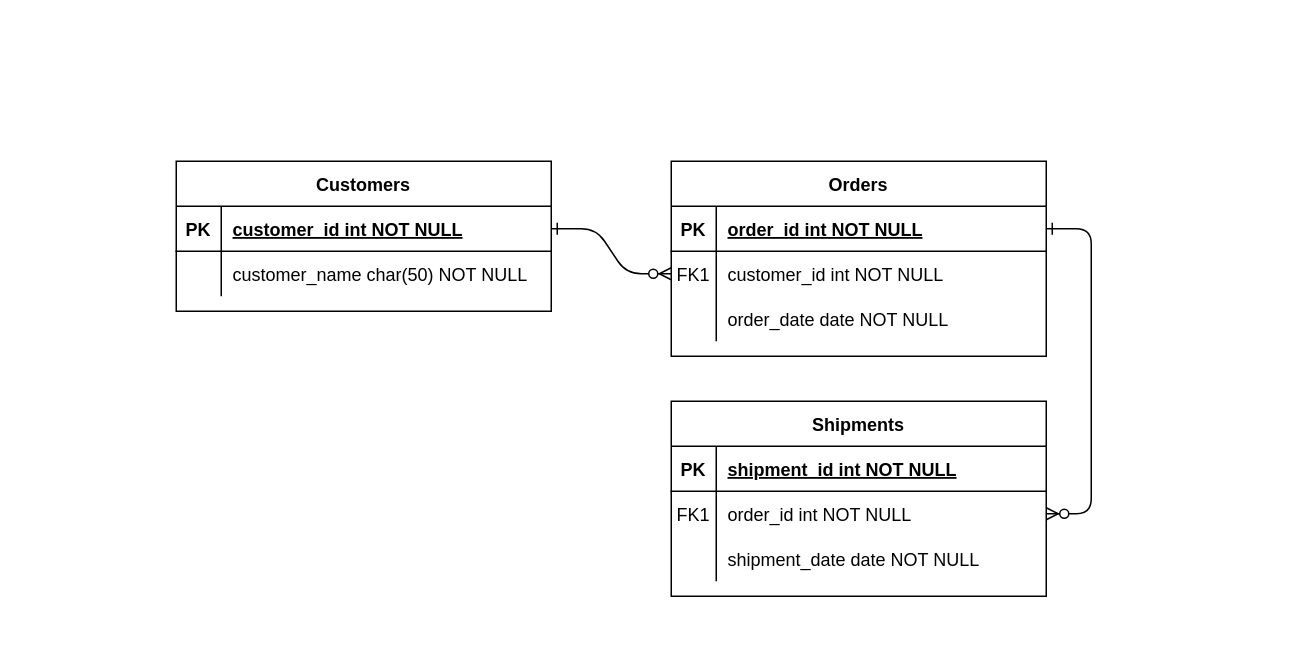
Earlier version of the draw.io diagram exercise.drawio (AndreasPatsimas/advent-of-code). Source tidied: cells renumbered, new cells numbered last; positions are measured from the earlier drawing's top-left corner, leaving out a move shared by most shapes. Both pictures are drawn from the tidied source at 150%, with x=0, y=0 at pixel (176, 160).
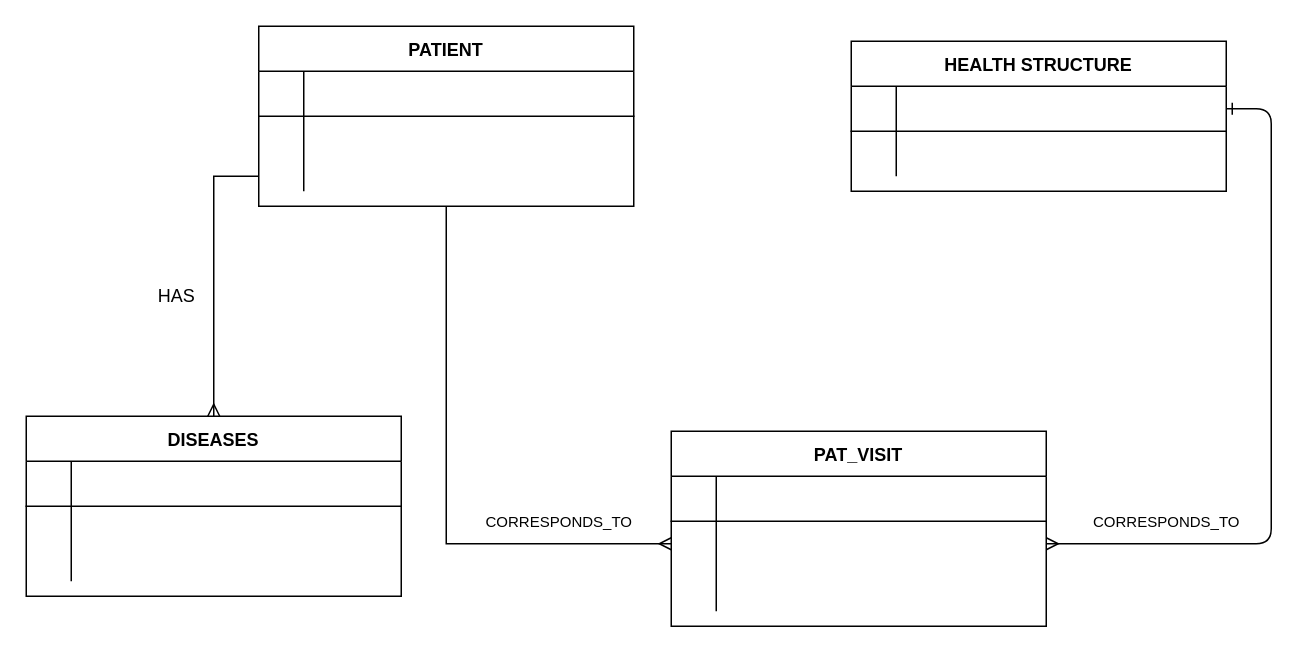
The same page after the edit.

Unchanged cells that the change refers to:
```xml
<mxCell id="5" style="shape=partialRectangle;fillColor=none;points=[[0,0.5],[1,0.5]];portConstraint=eastwest;top=0;left=0;right=0;bottom=1;" parent="4" vertex="1">
  <mxGeometry y="30" width="250" height="30" as="geometry" />
</mxCell>
<mxCell id="8" style="shape=partialRectangle;fillColor=none;points=[[0,0.5],[1,0.5]];portConstraint=eastwest;top=0;left=0;right=0;bottom=0;" parent="4" vertex="1">
  <mxGeometry y="60" width="250" height="30" as="geometry" />
</mxCell>
<mxCell id="11" style="shape=partialRectangle;fillColor=none;top=0;left=0;right=0;bottom=0;" parent="4" vertex="1">
  <mxGeometry y="90" width="250" height="30" as="geometry" />
</mxCell>
<mxCell id="15" style="shape=partialRectangle;fillColor=none;top=0;left=0;right=0;bottom=1;" parent="14" vertex="1">
  <mxGeometry y="30" width="250" height="30" as="geometry" />
</mxCell>
<mxCell id="18" style="shape=partialRectangle;fillColor=none;points=[[0,0.5],[1,0.5]];portConstraint=eastwest;top=0;left=0;right=0;bottom=0;" parent="14" vertex="1">
  <mxGeometry y="60" width="250" height="30" as="geometry" />
</mxCell>
<mxCell id="25" style="shape=partialRectangle;fillColor=none;points=[[0,0.5],[1,0.5]];portConstraint=eastwest;top=0;left=0;right=0;bottom=1;" parent="24" vertex="1">
  <mxGeometry y="30" width="250" height="30" as="geometry" />
</mxCell>
<mxCell id="28" style="shape=partialRectangle;fillColor=none;top=0;left=0;right=0;bottom=0;" parent="24" vertex="1">
  <mxGeometry y="60" width="250" height="30" as="geometry" />
</mxCell>
```

Change to the diagram source:
```diff
@@
-    <mxCell id="2" style="edgeStyle=entityRelationEdgeStyle;endArrow=ERzeroToMany;startArrow=ERone;endFill=1;startFill=0;" parent="1" edge="1" source="25" target="8">
+    <mxCell id="2" style="edgeStyle=entityRelationEdgeStyle;endArrow=ERmany;startArrow=ERone;endFill=0;startFill=0;" parent="1" edge="1" source="25" target="8">
       <mxGeometry relative="1" as="geometry" />
     </mxCell>
-    <mxCell id="3" style="edgeStyle=entityRelationEdgeStyle;endArrow=ERzeroToMany;startArrow=ERone;endFill=1;startFill=0;" parent="1" edge="1" source="5" target="18">
-      <mxGeometry relative="1" as="geometry" />
-    </mxCell>
-    <mxCell id="4" value="Orders" style="shape=table;startSize=30;childLayout=tableLayout;rowLines=0;fontStyle=1;align=center;" parent="1" vertex="1">
-      <mxGeometry x="330" width="250" height="130" as="geometry" />
+    <mxCell id="4" value="PAT_VISIT" style="shape=table;startSize=30;childLayout=tableLayout;rowLines=0;fontStyle=1;align=center;" parent="1" vertex="1">
+      <mxGeometry x="330" y="180" width="250" height="130" as="geometry" />
     </mxCell>
@@
-    <mxCell id="6" value="PK" style="shape=partialRectangle;overflow=hidden;fillColor=none;top=0;left=0;bottom=0;right=0;fontStyle=1;" parent="5" vertex="1">
+    <mxCell id="6" style="shape=partialRectangle;overflow=hidden;fillColor=none;top=0;left=0;bottom=0;right=0;fontStyle=1;" parent="5" vertex="1">
       <mxGeometry width="30" height="30" as="geometry" />
     </mxCell>
-    <mxCell id="7" value="order_id int NOT NULL " style="shape=partialRectangle;overflow=hidden;fillColor=none;top=0;left=0;bottom=0;right=0;align=left;spacingLeft=6;fontStyle=5;" parent="5" vertex="1">
+    <mxCell id="7" style="shape=partialRectangle;overflow=hidden;fillColor=none;top=0;left=0;bottom=0;right=0;align=left;spacingLeft=6;fontStyle=5;" parent="5" vertex="1">
       <mxGeometry x="30" width="220" height="30" as="geometry" />
     </mxCell>
@@
-    <mxCell id="9" value="FK1" style="shape=partialRectangle;overflow=hidden;fillColor=none;top=0;left=0;bottom=0;right=0;" parent="8" vertex="1">
+    <mxCell id="9" style="shape=partialRectangle;overflow=hidden;fillColor=none;top=0;left=0;bottom=0;right=0;" parent="8" vertex="1">
       <mxGeometry width="30" height="30" as="geometry" />
     </mxCell>
-    <mxCell id="10" value="customer_id int NOT NULL" style="shape=partialRectangle;overflow=hidden;fillColor=none;top=0;left=0;bottom=0;right=0;align=left;spacingLeft=6;" parent="8" vertex="1">
+    <mxCell id="10" style="shape=partialRectangle;overflow=hidden;fillColor=none;top=0;left=0;bottom=0;right=0;align=left;spacingLeft=6;" parent="8" vertex="1">
       <mxGeometry x="30" width="220" height="30" as="geometry" />
     </mxCell>
@@
-    <mxCell id="13" value="order_date date NOT NULL" style="shape=partialRectangle;overflow=hidden;fillColor=none;top=0;left=0;bottom=0;right=0;align=left;spacingLeft=6;" parent="11" vertex="1">
+    <mxCell id="13" style="shape=partialRectangle;overflow=hidden;fillColor=none;top=0;left=0;bottom=0;right=0;align=left;spacingLeft=6;" parent="11" vertex="1">
       <mxGeometry x="30" width="220" height="30" as="geometry" />
     </mxCell>
+    <mxCell id="31" style="edgeStyle=orthogonalEdgeStyle;rounded=0;jettySize=auto;html=1;exitX=0.5;exitY=1;exitDx=0;exitDy=0;entryX=0;entryY=0.5;entryDx=0;entryDy=0;endArrow=ERmany;endFill=0;" parent="1" edge="1" source="14" target="8">
+      <mxGeometry relative="1" as="geometry" />
+    </mxCell>
-    <mxCell id="14" value="Shipments" style="shape=table;startSize=30;childLayout=tableLayout;rowLines=0;fontStyle=1;align=center;" parent="1" vertex="1">
-      <mxGeometry x="330" y="160" width="250" height="130" as="geometry" />
+    <mxCell id="14" value="PATIENT" style="shape=table;startSize=30;childLayout=tableLayout;rowLines=0;fontStyle=1;align=center;" parent="1" vertex="1">
+      <mxGeometry x="55" y="-90" width="250" height="120" as="geometry" />
     </mxCell>
@@
-    <mxCell id="16" value="PK" style="shape=partialRectangle;overflow=hidden;fillColor=none;top=0;left=0;bottom=0;right=0;fontStyle=1;" parent="15" vertex="1">
+    <mxCell id="16" style="shape=partialRectangle;overflow=hidden;fillColor=none;top=0;left=0;bottom=0;right=0;fontStyle=1;" parent="15" vertex="1">
       <mxGeometry width="30" height="30" as="geometry" />
     </mxCell>
-    <mxCell id="17" value="shipment_id int NOT NULL " style="shape=partialRectangle;overflow=hidden;fillColor=none;top=0;left=0;bottom=0;right=0;align=left;spacingLeft=6;fontStyle=5;" parent="15" vertex="1">
+    <mxCell id="17" style="shape=partialRectangle;overflow=hidden;fillColor=none;top=0;left=0;bottom=0;right=0;align=left;spacingLeft=6;fontStyle=5;" parent="15" vertex="1">
       <mxGeometry x="30" width="220" height="30" as="geometry" />
     </mxCell>
@@
-    <mxCell id="19" value="FK1" style="shape=partialRectangle;overflow=hidden;fillColor=none;top=0;left=0;bottom=0;right=0;" parent="18" vertex="1">
+    <mxCell id="19" style="shape=partialRectangle;overflow=hidden;fillColor=none;top=0;left=0;bottom=0;right=0;" parent="18" vertex="1">
       <mxGeometry width="30" height="30" as="geometry" />
     </mxCell>
-    <mxCell id="20" value="order_id int NOT NULL" style="shape=partialRectangle;overflow=hidden;fillColor=none;top=0;left=0;bottom=0;right=0;align=left;spacingLeft=6;" parent="18" vertex="1">
+    <mxCell id="20" style="shape=partialRectangle;overflow=hidden;fillColor=none;top=0;left=0;bottom=0;right=0;align=left;spacingLeft=6;" parent="18" vertex="1">
       <mxGeometry x="30" width="220" height="30" as="geometry" />
     </mxCell>
     <mxCell id="21" style="shape=partialRectangle;fillColor=none;points=[[0,0.5],[1,0.5]];portConstraint=eastwest;top=0;left=0;right=0;bottom=0;" parent="14" vertex="1">
-      <mxGeometry y="90" width="250" height="30" as="geometry" />
+      <mxGeometry y="90" width="250" height="20" as="geometry" />
     </mxCell>
     <mxCell id="22" style="shape=partialRectangle;overflow=hidden;fillColor=none;top=0;left=0;bottom=0;right=0;" parent="21" vertex="1">
-      <mxGeometry width="30" height="30" as="geometry" />
+      <mxGeometry width="30" height="20" as="geometry" />
     </mxCell>
-    <mxCell id="23" value="shipment_date date NOT NULL" style="shape=partialRectangle;overflow=hidden;fillColor=none;top=0;left=0;bottom=0;right=0;align=left;spacingLeft=6;" parent="21" vertex="1">
-      <mxGeometry x="30" width="220" height="30" as="geometry" />
+    <mxCell id="23" style="shape=partialRectangle;overflow=hidden;fillColor=none;top=0;left=0;bottom=0;right=0;align=left;spacingLeft=6;" parent="21" vertex="1">
+      <mxGeometry x="30" width="220" height="20" as="geometry" />
     </mxCell>
-    <mxCell id="24" value="Customers" style="shape=table;startSize=30;childLayout=tableLayout;rowLines=0;fontStyle=1;align=center;" parent="1" vertex="1">
-      <mxGeometry width="250" height="100" as="geometry" />
+    <mxCell id="24" value="HEALTH STRUCTURE" style="shape=table;startSize=30;childLayout=tableLayout;rowLines=0;fontStyle=1;align=center;" parent="1" vertex="1">
+      <mxGeometry x="450" y="-80" width="250" height="100" as="geometry" />
     </mxCell>
@@
-    <mxCell id="26" value="PK" style="shape=partialRectangle;overflow=hidden;fillColor=none;top=0;left=0;bottom=0;right=0;fontStyle=1;" parent="25" vertex="1">
+    <mxCell id="26" style="shape=partialRectangle;overflow=hidden;fillColor=none;top=0;left=0;bottom=0;right=0;fontStyle=1;" parent="25" vertex="1">
       <mxGeometry width="30" height="30" as="geometry" />
     </mxCell>
-    <mxCell id="27" value="customer_id int NOT NULL " style="shape=partialRectangle;overflow=hidden;fillColor=none;top=0;left=0;bottom=0;right=0;align=left;spacingLeft=6;fontStyle=5;" parent="25" vertex="1">
+    <mxCell id="27" style="shape=partialRectangle;overflow=hidden;fillColor=none;top=0;left=0;bottom=0;right=0;align=left;spacingLeft=6;fontStyle=5;" parent="25" vertex="1">
       <mxGeometry x="30" width="220" height="30" as="geometry" />
     </mxCell>
@@
-    <mxCell id="30" value="customer_name char(50) NOT NULL" style="shape=partialRectangle;overflow=hidden;fillColor=none;top=0;left=0;bottom=0;right=0;align=left;spacingLeft=6;" parent="28" vertex="1">
+    <mxCell id="30" style="shape=partialRectangle;overflow=hidden;fillColor=none;top=0;left=0;bottom=0;right=0;align=left;spacingLeft=6;" parent="28" vertex="1">
       <mxGeometry x="30" width="220" height="30" as="geometry" />
     </mxCell>
+    <mxCell id="32" value="DISEASES" style="shape=table;startSize=30;childLayout=tableLayout;rowLines=0;fontStyle=1;align=center;" parent="1" vertex="1">
+      <mxGeometry x="-100" y="170" width="250" height="120" as="geometry" />
+    </mxCell>
+    <mxCell id="33" style="shape=partialRectangle;fillColor=none;top=0;left=0;right=0;bottom=1;" parent="32" vertex="1">
+      <mxGeometry y="30" width="250" height="30" as="geometry" />
+    </mxCell>
+    <mxCell id="34" style="shape=partialRectangle;overflow=hidden;fillColor=none;top=0;left=0;bottom=0;right=0;fontStyle=1;" parent="33" vertex="1">
+      <mxGeometry width="30" height="30" as="geometry" />
+    </mxCell>
+    <mxCell id="35" style="shape=partialRectangle;overflow=hidden;fillColor=none;top=0;left=0;bottom=0;right=0;align=left;spacingLeft=6;fontStyle=5;" parent="33" vertex="1">
+      <mxGeometry x="30" width="220" height="30" as="geometry" />
+    </mxCell>
+    <mxCell id="36" style="shape=partialRectangle;fillColor=none;top=0;left=0;right=0;bottom=0;" parent="32" vertex="1">
+      <mxGeometry y="60" width="250" height="30" as="geometry" />
+    </mxCell>
+    <mxCell id="37" style="shape=partialRectangle;overflow=hidden;fillColor=none;top=0;left=0;bottom=0;right=0;" parent="36" vertex="1">
+      <mxGeometry width="30" height="30" as="geometry" />
+    </mxCell>
+    <mxCell id="38" style="shape=partialRectangle;overflow=hidden;fillColor=none;top=0;left=0;bottom=0;right=0;align=left;spacingLeft=6;" parent="36" vertex="1">
+      <mxGeometry x="30" width="220" height="30" as="geometry" />
+    </mxCell>
+    <mxCell id="39" style="shape=partialRectangle;fillColor=none;top=0;left=0;right=0;bottom=0;" parent="32" vertex="1">
+      <mxGeometry y="90" width="250" height="20" as="geometry" />
+    </mxCell>
+    <mxCell id="40" style="shape=partialRectangle;overflow=hidden;fillColor=none;top=0;left=0;bottom=0;right=0;" parent="39" vertex="1">
+      <mxGeometry width="30" height="20" as="geometry" />
+    </mxCell>
+    <mxCell id="41" style="shape=partialRectangle;overflow=hidden;fillColor=none;top=0;left=0;bottom=0;right=0;align=left;spacingLeft=6;" parent="39" vertex="1">
+      <mxGeometry x="30" width="220" height="20" as="geometry" />
+    </mxCell>
+    <mxCell id="42" style="edgeStyle=orthogonalEdgeStyle;rounded=0;jettySize=auto;html=1;exitX=0;exitY=0.5;exitDx=0;exitDy=0;endArrow=ERmany;endFill=0;" parent="1" edge="1" source="21" target="32">
+      <mxGeometry relative="1" as="geometry" />
+    </mxCell>
+    <mxCell id="43" value="&lt;font style=&quot;font-size: 10px&quot;&gt;CORRESPONDS_TO&lt;/font&gt;" style="text;html=1;align=center;verticalAlign=middle;" parent="1" vertex="1">
+      <mxGeometry x="605" y="230" width="110" height="20" as="geometry" />
+    </mxCell>
+    <mxCell id="44" value="&lt;font style=&quot;font-size: 10px&quot;&gt;CORRESPONDS_TO&lt;/font&gt;" style="text;html=1;align=center;verticalAlign=middle;" parent="1" vertex="1">
+      <mxGeometry x="200" y="230" width="110" height="20" as="geometry" />
+    </mxCell>
+    <mxCell id="45" value="HAS" style="text;html=1;align=center;verticalAlign=middle;" parent="1" vertex="1">
+      <mxGeometry x="-20" y="80" width="40" height="20" as="geometry" />
+    </mxCell>
```
